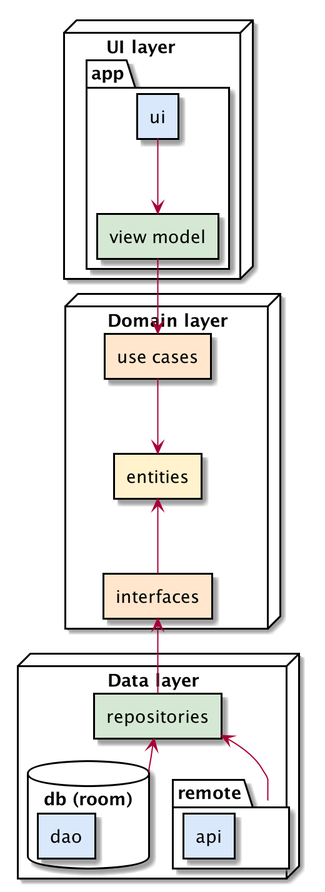
Earlier version of the PlantUML export docs/diagrams/dependencies.png (miguelhincapie/GitHubExplorer).
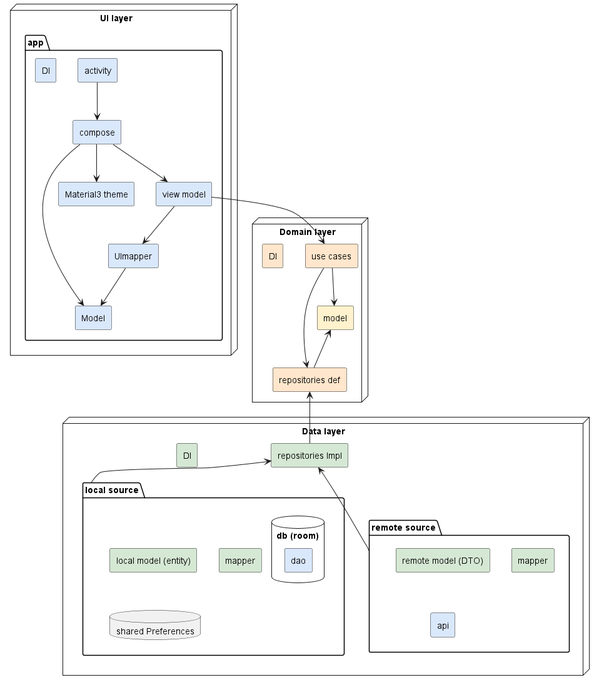
After the change.

Commit message:
Architecture diagram image updated

Change to the diagram source:
```diff
@@ -1,34 +1,52 @@
 @startuml
 node "UI layer    " {
     package "app" {
-        rectangle "ui" as ui #DAE8FC
-        rectangle "view model" as viewmodel #D5E8D4
+        rectangle "activity" as activity #DAE8FC
+        rectangle "compose" as compose #DAE8FC
+        rectangle "UImapper" as uimapper #DAE8FC
+        rectangle "Model" as uimodel #DAE8FC
+        rectangle "Material3 theme" as theme #DAE8FC
+        rectangle "DI" as uiDI #DAE8FC
+        rectangle "view model" as viewmodel #DAE8FC
     }
 }
 
 node "Domain layer" as domainlayer{
     rectangle "use cases" as usecases #FFE6CC
-    rectangle "entities" as entities #FFF2CC
-    rectangle "interfaces" as interfaces #FFE6CC
+    rectangle "DI" as domainDi #FFE6CC
+    rectangle "model" as model #FFF2CC
+    rectangle "repositories def" as repoDef #FFE6CC
 }
 
 node "Data layer" as datalayer {
-    rectangle "repositories" as repositories #D5E8D4
-    database "db (room)" as db {
-        rectangle "dao" as dao #DAE8FC
-
+    rectangle "repositories Impl" as repoImpl #D5E8D4
+    rectangle "DI" as dataDI #D5E8D4
+    package "local source" as local_source {
+        rectangle "local model (entity)" as data_local_model #D5E8D4
+        rectangle "mapper" as data_local_mapper #D5E8D4
+        database "db (room)" as db {
+            rectangle "dao" as dao #DAE8FC
+        }
+        database "shared Preferences" as sharedPreferences
     }
-    package "remote" as remote {
+    package "remote source" as remote_source {
+        rectangle "remote model (DTO)" as data_remote_model #D5E8D4
+        rectangle "mapper" as dataMapper #D5E8D4
         rectangle "api" as api #DAE8FC
-
     }
 }
 
-ui --> viewmodel
+activity --> compose
+compose --> theme
+compose --> uimodel
+compose --> viewmodel
+viewmodel --> uimapper
+uimapper --> uimodel
 viewmodel --> usecases
-usecases --> entities
-interfaces -up-> entities
-repositories -up-> interfaces
-remote -up-> repositories
-db -up-> repositories
+usecases --> model
+usecases --> repoDef
+repoDef -up-> model
+repoImpl -up-> repoDef
+remote_source -up-> repoImpl
+local_source -up-> repoImpl
 @enduml
```
